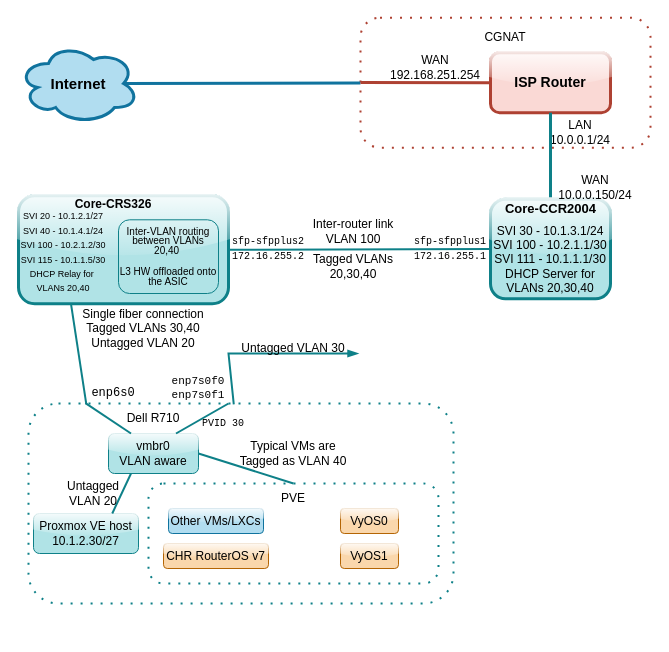
Andreansx/Networking-lab keeps this draw.io diagram as media/topology.drawio. Above is the earlier version. Source tidied: cells renumbered, new cells numbered last; positions are measured from the earlier drawing's top-left corner, leaving out a move shared by most shapes. Both pictures are drawn from the tidied source at 100%, with x=0, y=0 at pixel (18, 17).
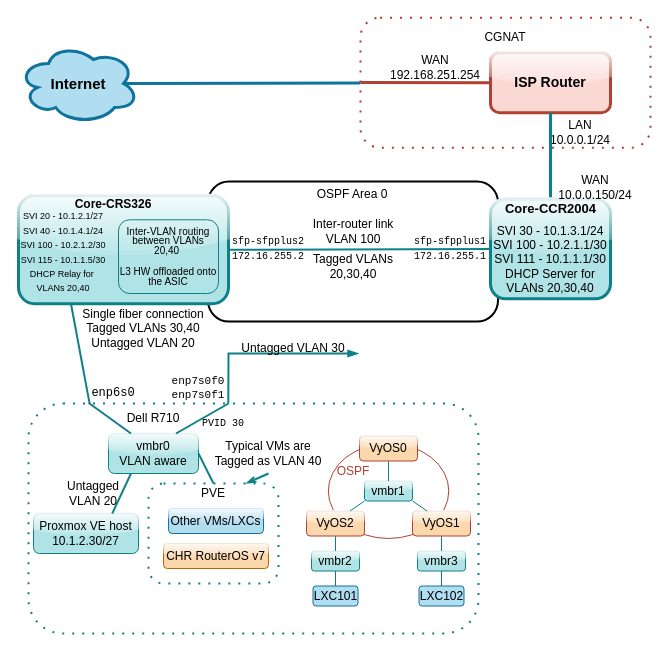
The same page after the edit.

The edit, as a diff of the source:
```diff
@@
+    <mxCell id="47" style="ellipse;whiteSpace=wrap;html=1;fillColor=none;strokeColor=light-dark(#AE4132,#FF630A);" parent="1" vertex="1">
+      <mxGeometry x="309.8" y="426" width="120.5" height="95" as="geometry" />
+    </mxCell>
+    <mxCell id="48" style="rounded=1;whiteSpace=wrap;html=1;fillColor=none;strokeColor=light-dark(#000000,#660033);strokeWidth=2;" parent="1" vertex="1">
+      <mxGeometry x="189.5" y="164.1" width="290" height="140" as="geometry" />
+    </mxCell>
-    <mxCell id="2" style="rounded=1;whiteSpace=wrap;html=1;fillColor=none;dashed=1;dashPattern=1 4;strokeColor=#ae4132;strokeWidth=2;" parent="1" vertex="1">
+    <mxCell id="2" style="rounded=1;whiteSpace=wrap;html=1;fillColor=none;dashed=1;dashPattern=1 4;strokeColor=light-dark(#AE4132,#FF0000);strokeWidth=2;" parent="1" vertex="1">
       <mxGeometry x="342" y="0.2" width="290" height="130" as="geometry" />
     </mxCell>
@@
-    <mxCell id="4" value="&lt;b&gt;&lt;font style=&quot;font-size: 14px;&quot;&gt;ISP Router&lt;/font&gt;&lt;/b&gt;" style="rounded=1;whiteSpace=wrap;html=1;fillColor=#fad9d5;strokeColor=light-dark(#AE4132,#EC7B65);strokeWidth=3;glass=1;" parent="1" vertex="1">
+    <mxCell id="4" value="&lt;b&gt;&lt;font style=&quot;font-size: 14px;&quot;&gt;ISP Router&lt;/font&gt;&lt;/b&gt;" style="rounded=1;whiteSpace=wrap;html=1;fillColor=#fad9d5;strokeColor=light-dark(#AE4132,#FF0000);strokeWidth=3;glass=1;" parent="1" vertex="1">
       <mxGeometry x="472" y="35.2" width="120" height="60" as="geometry" />
     </mxCell>
@@
-    <mxCell id="7" style="endArrow=none;html=1;rounded=0;exitX=0.875;exitY=0.5;exitDx=0;exitDy=0;exitPerimeter=0;fillColor=#fad9d5;strokeColor=#ae4132;strokeWidth=3;entryX=0;entryY=0.5;entryDx=0;entryDy=0;" parent="1" edge="1" target="4">
+    <mxCell id="7" style="endArrow=none;html=1;rounded=0;exitX=0.875;exitY=0.5;exitDx=0;exitDy=0;exitPerimeter=0;fillColor=#fad9d5;strokeColor=light-dark(#AE4132,#FF0000);strokeWidth=3;entryX=0;entryY=0.5;entryDx=0;entryDy=0;" parent="1" edge="1" target="4">
       <mxGeometry relative="1" as="geometry">
         <mxPoint x="342" y="65" as="sourcePoint" />
       </mxGeometry>
     </mxCell>
@@
     <mxCell id="21" style="rounded=1;whiteSpace=wrap;html=1;fillColor=none;dashed=1;dashPattern=1 4;strokeColor=#0e8088;strokeWidth=2;" parent="1" vertex="1">
-      <mxGeometry x="10" y="386" width="425" height="200" as="geometry" />
+      <mxGeometry x="10" y="386" width="450" height="230" as="geometry" />
     </mxCell>
@@
-    <mxCell id="33" style="endArrow=blockThin;html=1;rounded=0;exitX=0.483;exitY=0.004;exitDx=0;exitDy=0;exitPerimeter=0;startArrow=none;startFill=0;endFill=1;strokeWidth=2;fillColor=#b0e3e6;strokeColor=#0e8088;" parent="1" edge="1" source="21">
+    <mxCell id="33" style="endArrow=blockThin;html=1;rounded=0;exitX=0.444;exitY=0;exitDx=0;exitDy=0;exitPerimeter=0;startArrow=none;startFill=0;endFill=1;strokeWidth=2;fillColor=#b0e3e6;strokeColor=#0e8088;" parent="1" edge="1" source="21">
       <mxGeometry relative="1" as="geometry">
         <mxPoint x="340" y="336" as="targetPoint" />
         <Array as="points">
           <mxPoint x="210" y="336" />
         </Array>
       </mxGeometry>
     </mxCell>
@@
     <mxCell id="37" style="rounded=1;whiteSpace=wrap;html=1;fillColor=none;strokeColor=#0e8088;dashed=1;dashPattern=1 4;strokeWidth=2;" parent="1" vertex="1">
-      <mxGeometry x="130" y="466" width="290" height="100" as="geometry" />
+      <mxGeometry x="130" y="466" width="130" height="100" as="geometry" />
     </mxCell>
     <mxCell id="38" value="PVE" style="text;html=1;align=center;verticalAlign=middle;whiteSpace=wrap;rounded=0;fillColor=none;strokeColor=none;" parent="1" vertex="1">
-      <mxGeometry x="245" y="466" width="60" height="30" as="geometry" />
+      <mxGeometry x="165" y="461" width="60" height="30" as="geometry" />
     </mxCell>
@@
-    <mxCell id="44" value="VyOS0" style="rounded=1;whiteSpace=wrap;html=1;fillColor=#fad7ac;strokeColor=#b46504;glass=1;" parent="1" vertex="1">
-      <mxGeometry x="322" y="491" width="58" height="25" as="geometry" />
+    <mxCell id="44" value="VyOS0" style="rounded=1;whiteSpace=wrap;html=1;fillColor=light-dark(#FAD7AC,#87510E);strokeColor=light-dark(#AE4132,#FF5A1E);glass=1;" parent="1" vertex="1">
+      <mxGeometry x="341" y="418.5" width="58" height="25" as="geometry" />
     </mxCell>
-    <mxCell id="45" value="VyOS1" style="rounded=1;whiteSpace=wrap;html=1;fillColor=#fad7ac;strokeColor=#b46504;glass=1;" parent="1" vertex="1">
-      <mxGeometry x="322" y="526" width="58" height="25" as="geometry" />
+    <mxCell id="45" value="VyOS1" style="rounded=1;whiteSpace=wrap;html=1;fillColor=light-dark(#FAD7AC,#87510E);strokeColor=light-dark(#AE4132,#FF5A1E);glass=1;" parent="1" vertex="1">
+      <mxGeometry x="394" y="493.5" width="58" height="25" as="geometry" />
     </mxCell>
     <mxCell id="46" value="Typical VMs are Tagged as VLAN 40" style="text;html=1;align=center;verticalAlign=middle;whiteSpace=wrap;rounded=0;" parent="1" vertex="1">
-      <mxGeometry x="220" y="416" width="110" height="40" as="geometry" />
+      <mxGeometry x="195" y="416" width="110" height="40" as="geometry" />
     </mxCell>
+    <mxCell id="49" value="OSPF Area 0" style="text;html=1;align=center;verticalAlign=middle;whiteSpace=wrap;rounded=0;" parent="1" vertex="1">
+      <mxGeometry x="290" y="161.8" width="88" height="30" as="geometry" />
+    </mxCell>
+    <mxCell id="50" value="VyOS2" style="rounded=1;whiteSpace=wrap;html=1;fillColor=light-dark(#FAD7AC,#87510E);strokeColor=light-dark(#AE4132,#FF5A1E);glass=1;" parent="1" vertex="1">
+      <mxGeometry x="288" y="493.5" width="58" height="25" as="geometry" />
+    </mxCell>
+    <mxCell id="51" value="vmbr1" style="rounded=1;whiteSpace=wrap;html=1;glass=1;fillColor=#b0e3e6;strokeColor=#0e8088;" parent="1" vertex="1">
+      <mxGeometry x="346" y="463.5" width="48" height="20" as="geometry" />
+    </mxCell>
+    <mxCell id="52" style="endArrow=openThin;html=1;rounded=0;entryX=0.75;entryY=0;entryDx=0;entryDy=0;exitX=0.5;exitY=1;exitDx=0;exitDy=0;fillColor=#b0e3e6;strokeColor=#0e8088;endFill=0;strokeWidth=2;" parent="1" edge="1" source="46" target="37">
+      <mxGeometry relative="1" as="geometry" />
+    </mxCell>
+    <mxCell id="53" value="vmbr2" style="rounded=1;whiteSpace=wrap;html=1;glass=1;fillColor=#b0e3e6;strokeColor=#0e8088;" parent="1" vertex="1">
+      <mxGeometry x="293" y="533.5" width="48" height="20" as="geometry" />
+    </mxCell>
+    <mxCell id="54" value="vmbr3" style="rounded=1;whiteSpace=wrap;html=1;glass=1;fillColor=#b0e3e6;strokeColor=#0e8088;" parent="1" vertex="1">
+      <mxGeometry x="399" y="533.5" width="48" height="20" as="geometry" />
+    </mxCell>
+    <mxCell id="55" style="endArrow=none;html=1;rounded=0;entryX=0.5;entryY=1;entryDx=0;entryDy=0;exitX=0.5;exitY=0;exitDx=0;exitDy=0;fillColor=#b0e3e6;strokeColor=#0e8088;" parent="1" edge="1" source="51" target="44">
+      <mxGeometry relative="1" as="geometry" />
+    </mxCell>
+    <mxCell id="56" style="endArrow=none;html=1;rounded=0;entryX=0;entryY=1;entryDx=0;entryDy=0;exitX=0.75;exitY=0;exitDx=0;exitDy=0;fillColor=#b0e3e6;strokeColor=#0e8088;" parent="1" edge="1" source="50" target="51">
+      <mxGeometry relative="1" as="geometry" />
+    </mxCell>
+    <mxCell id="57" style="endArrow=none;html=1;rounded=0;entryX=1;entryY=1;entryDx=0;entryDy=0;exitX=0.25;exitY=0;exitDx=0;exitDy=0;fillColor=#b0e3e6;strokeColor=#0e8088;" parent="1" edge="1" source="45" target="51">
+      <mxGeometry relative="1" as="geometry" />
+    </mxCell>
+    <mxCell id="58" style="endArrow=none;html=1;rounded=0;entryX=0.5;entryY=1;entryDx=0;entryDy=0;exitX=0.5;exitY=0;exitDx=0;exitDy=0;fillColor=#b0e3e6;strokeColor=#0e8088;" parent="1" edge="1" source="53" target="50">
+      <mxGeometry relative="1" as="geometry" />
+    </mxCell>
+    <mxCell id="59" style="endArrow=none;html=1;rounded=0;entryX=0.5;entryY=1;entryDx=0;entryDy=0;exitX=0.5;exitY=0;exitDx=0;exitDy=0;fillColor=#b0e3e6;strokeColor=#0e8088;" parent="1" edge="1" target="45">
+      <mxGeometry relative="1" as="geometry">
+        <mxPoint x="423" y="533.5" as="sourcePoint" />
+      </mxGeometry>
+    </mxCell>
+    <mxCell id="60" value="LXC101" style="rounded=1;whiteSpace=wrap;html=1;fillColor=#b1ddf0;strokeColor=#10739e;" parent="1" vertex="1">
+      <mxGeometry x="294.5" y="568.5" width="45" height="20" as="geometry" />
+    </mxCell>
+    <mxCell id="61" value="LXC102" style="rounded=1;whiteSpace=wrap;html=1;fillColor=#b1ddf0;strokeColor=#10739e;" parent="1" vertex="1">
+      <mxGeometry x="400.5" y="568.5" width="45" height="20" as="geometry" />
+    </mxCell>
+    <mxCell id="62" style="endArrow=none;html=1;rounded=0;exitX=0.5;exitY=0;exitDx=0;exitDy=0;entryX=0.5;entryY=1;entryDx=0;entryDy=0;fillColor=#b1ddf0;strokeColor=#10739e;" parent="1" edge="1" source="60" target="53">
+      <mxGeometry relative="1" as="geometry" />
+    </mxCell>
+    <mxCell id="63" style="endArrow=none;html=1;rounded=0;exitX=0.5;exitY=0;exitDx=0;exitDy=0;entryX=0.5;entryY=1;entryDx=0;entryDy=0;fillColor=#b1ddf0;strokeColor=#10739e;" parent="1" edge="1" source="61" target="54">
+      <mxGeometry relative="1" as="geometry" />
+    </mxCell>
+    <mxCell id="64" value="&lt;span style=&quot;color: light-dark(rgb(174, 65, 50), rgb(204, 79, 8));&quot;&gt;OSPF&lt;/span&gt;" style="text;html=1;align=center;verticalAlign=middle;whiteSpace=wrap;rounded=0;glass=0;strokeColor=none;fillColor=none;" parent="1" vertex="1">
+      <mxGeometry x="315" y="443.5" width="40" height="20" as="geometry" />
+    </mxCell>
```
